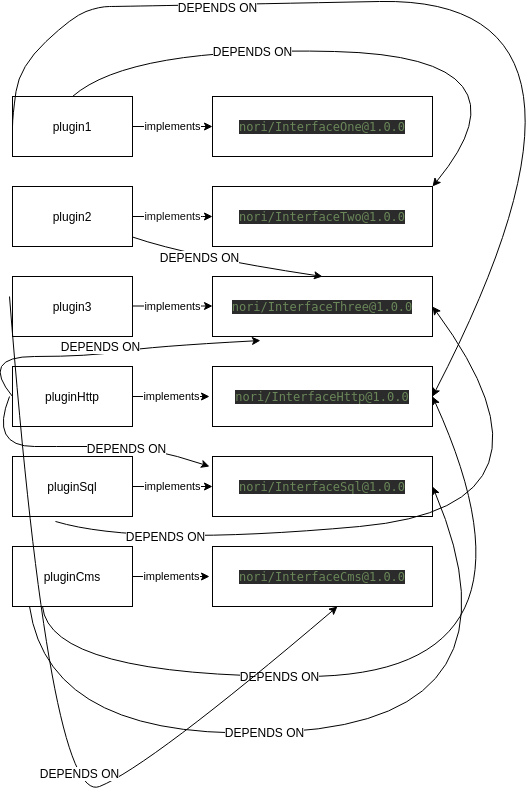
Earlier version of the draw.io export internal/dependency/schemes/TestDependencyGraph_SortWithRing3.png (secure2work/nori). Source tidied: cells renumbered, new cells last; positions are measured from the earlier drawing's top-left corner, leaving out a move shared by most shapes.
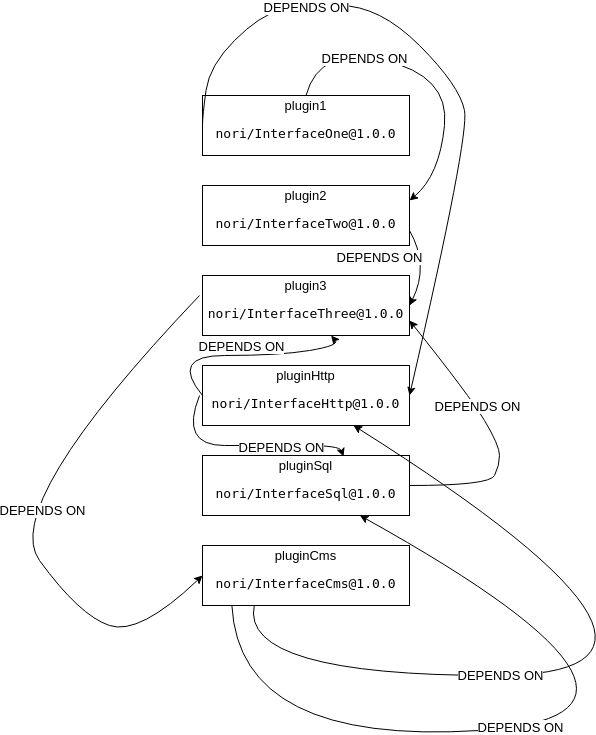
The same diagram one commit later.

Change to the diagram source:
```diff
@@ -2,104 +2,55 @@
   <root>
     <mxCell id="0" />
     <mxCell id="1" parent="0" />
-    <mxCell id="2" value="plugin1" style="rounded=0;whiteSpace=wrap;html=1;" parent="1" vertex="1">
-      <mxGeometry x="33" y="100" width="120" height="60" as="geometry" />
+    <mxCell id="2" value="plugin1&lt;br style=&quot;font-size: 13px;&quot;&gt;&lt;pre style=&quot;font-size: 13px; font-family: &amp;quot;dejavu sans mono&amp;quot;;&quot;&gt;&lt;span style=&quot;font-size: 13px;&quot;&gt;nori/InterfaceOne@1.0.0&lt;/span&gt;&lt;/pre&gt;" style="rounded=0;whiteSpace=wrap;html=1;fontColor=#000000;labelBackgroundColor=#ffffff;fontSize=13;" parent="1" vertex="1">
+      <mxGeometry x="33" y="100" width="207" height="60" as="geometry" />
     </mxCell>
-    <mxCell id="3" value="plugin2" style="rounded=0;whiteSpace=wrap;html=1;" parent="1" vertex="1">
-      <mxGeometry x="33" y="190" width="120" height="60" as="geometry" />
+    <mxCell id="3" value="plugin2&lt;br style=&quot;font-size: 13px;&quot;&gt;&lt;pre style=&quot;font-size: 13px; font-family: &amp;quot;dejavu sans mono&amp;quot;;&quot;&gt;&lt;span style=&quot;font-size: 13px;&quot;&gt;nori/InterfaceTwo@1.0.0&lt;/span&gt;&lt;/pre&gt;" style="rounded=0;whiteSpace=wrap;html=1;fontColor=#000000;labelBackgroundColor=#ffffff;fontSize=13;" parent="1" vertex="1">
+      <mxGeometry x="33" y="190" width="207" height="60" as="geometry" />
     </mxCell>
-    <mxCell id="4" value="plugin3" style="rounded=0;whiteSpace=wrap;html=1;" parent="1" vertex="1">
-      <mxGeometry x="33" y="280" width="120" height="60" as="geometry" />
+    <mxCell id="4" value="plugin3&lt;br style=&quot;font-size: 13px;&quot;&gt;&lt;pre style=&quot;font-size: 13px; font-family: &amp;quot;dejavu sans mono&amp;quot;;&quot;&gt;&lt;span style=&quot;font-size: 13px;&quot;&gt;nori/InterfaceThree@1.0.0&lt;/span&gt;&lt;/pre&gt;" style="rounded=0;whiteSpace=wrap;html=1;fontColor=#000000;labelBackgroundColor=#ffffff;fontSize=13;" parent="1" vertex="1">
+      <mxGeometry x="33" y="280" width="207" height="60" as="geometry" />
     </mxCell>
-    <mxCell id="5" value="pluginHttp" style="rounded=0;whiteSpace=wrap;html=1;" parent="1" vertex="1">
-      <mxGeometry x="33" y="370" width="120" height="60" as="geometry" />
+    <mxCell id="5" value="pluginHttp&lt;br style=&quot;font-size: 13px;&quot;&gt;&lt;pre style=&quot;font-size: 13px; font-family: &amp;quot;dejavu sans mono&amp;quot;;&quot;&gt;&lt;span style=&quot;font-size: 13px;&quot;&gt;nori/InterfaceHttp@1.0.0&lt;/span&gt;&lt;/pre&gt;" style="rounded=0;whiteSpace=wrap;html=1;fontColor=#000000;labelBackgroundColor=#ffffff;fontSize=13;" parent="1" vertex="1">
+      <mxGeometry x="33" y="370" width="207" height="60" as="geometry" />
     </mxCell>
-    <mxCell id="6" value="implements" style="endArrow=classic;html=1;exitX=1;exitY=0.5;exitDx=0;exitDy=0;" parent="1" edge="1" source="5">
-      <mxGeometry relative="1" as="geometry">
-        <mxPoint x="230" y="400" as="targetPoint" />
-      </mxGeometry>
-    </mxCell>
-    <mxCell id="7" value="&lt;pre style=&quot;background-color: rgb(43 , 43 , 43) ; font-family: &amp;#34;dejavu sans mono&amp;#34; ; font-size: 9pt&quot;&gt;&lt;pre style=&quot;color: rgb(169 , 183 , 198) ; font-family: &amp;#34;dejavu sans mono&amp;#34; ; font-size: 9pt&quot;&gt;&lt;pre style=&quot;font-family: &amp;#34;dejavu sans mono&amp;#34; ; font-size: 9pt&quot;&gt;&lt;span style=&quot;color: #6a8759&quot;&gt;nori/InterfaceOne@1.0.0&lt;/span&gt;&lt;/pre&gt;&lt;/pre&gt;&lt;/pre&gt;" style="rounded=0;html=1;fontColor=#FFFFFF;whiteSpace=wrap;" parent="1" vertex="1">
-      <mxGeometry x="233" y="100" width="220" height="60" as="geometry" />
-    </mxCell>
-    <mxCell id="8" value="implements" style="endArrow=classic;html=1;exitX=1;exitY=0.5;exitDx=0;exitDy=0;entryX=0;entryY=0.5;entryDx=0;entryDy=0;" parent="1" edge="1" source="2" target="7">
-      <mxGeometry relative="1" as="geometry" />
-    </mxCell>
-    <mxCell id="9" value="Text" style="text;html=1;align=center;verticalAlign=middle;fontColor=#FFFFFF;" parent="1" vertex="1">
-      <mxGeometry x="266" y="230" width="40" height="20" as="geometry" />
-    </mxCell>
-    <mxCell id="10" value="&lt;pre style=&quot;background-color: rgb(43 , 43 , 43) ; font-family: &amp;#34;dejavu sans mono&amp;#34; ; font-size: 9pt&quot;&gt;&lt;pre style=&quot;color: rgb(169 , 183 , 198) ; font-family: &amp;#34;dejavu sans mono&amp;#34; ; font-size: 9pt&quot;&gt;&lt;pre style=&quot;font-family: &amp;#34;dejavu sans mono&amp;#34; ; font-size: 9pt&quot;&gt;&lt;span style=&quot;color: #6a8759&quot;&gt;nori/InterfaceTwo@1.0.0&lt;/span&gt;&lt;/pre&gt;&lt;/pre&gt;&lt;/pre&gt;" style="rounded=0;html=1;fontColor=#FFFFFF;whiteSpace=wrap;" parent="1" vertex="1">
-      <mxGeometry x="233" y="190" width="220" height="60" as="geometry" />
-    </mxCell>
-    <mxCell id="11" value="&lt;pre style=&quot;background-color: rgb(43 , 43 , 43) ; font-family: &amp;#34;dejavu sans mono&amp;#34; ; font-size: 9pt&quot;&gt;&lt;pre style=&quot;color: rgb(169 , 183 , 198) ; font-family: &amp;#34;dejavu sans mono&amp;#34; ; font-size: 9pt&quot;&gt;&lt;pre style=&quot;font-family: &amp;#34;dejavu sans mono&amp;#34; ; font-size: 9pt&quot;&gt;&lt;span style=&quot;color: #6a8759&quot;&gt;nori/InterfaceThree@1.0.0&lt;/span&gt;&lt;/pre&gt;&lt;/pre&gt;&lt;/pre&gt;" style="rounded=0;html=1;fontColor=#FFFFFF;whiteSpace=wrap;" parent="1" vertex="1">
-      <mxGeometry x="233" y="280" width="220" height="60" as="geometry" />
-    </mxCell>
-    <mxCell id="12" value="&lt;pre style=&quot;background-color: rgb(43 , 43 , 43) ; font-family: &amp;#34;dejavu sans mono&amp;#34; ; font-size: 9pt&quot;&gt;&lt;pre style=&quot;color: rgb(169 , 183 , 198) ; font-family: &amp;#34;dejavu sans mono&amp;#34; ; font-size: 9pt&quot;&gt;&lt;pre style=&quot;font-family: &amp;#34;dejavu sans mono&amp;#34; ; font-size: 9pt&quot;&gt;&lt;span style=&quot;color: #6a8759&quot;&gt;nori/InterfaceHttp@1.0.0&lt;/span&gt;&lt;/pre&gt;&lt;/pre&gt;&lt;/pre&gt;" style="rounded=0;html=1;fontColor=#FFFFFF;whiteSpace=wrap;" parent="1" vertex="1">
-      <mxGeometry x="233" y="370" width="220" height="60" as="geometry" />
-    </mxCell>
-    <mxCell id="13" value="implements" style="endArrow=classic;html=1;fontColor=#0F0F0F;exitX=1;exitY=0.5;exitDx=0;exitDy=0;entryX=0;entryY=0.5;entryDx=0;entryDy=0;" parent="1" edge="1" source="3" target="10">
-      <mxGeometry relative="1" as="geometry">
-        <Array as="points">
-          <mxPoint x="233" y="220" />
-        </Array>
-      </mxGeometry>
-    </mxCell>
-    <mxCell id="14" value="implements" style="endArrow=classic;html=1;fontColor=#000000;exitX=1;exitY=0.5;exitDx=0;exitDy=0;entryX=0;entryY=0.5;entryDx=0;entryDy=0;" parent="1" edge="1">
-      <mxGeometry relative="1" as="geometry">
-        <mxPoint x="153" y="309.5" as="sourcePoint" />
-        <mxPoint x="233" y="309.5" as="targetPoint" />
-        <Array as="points">
-          <mxPoint x="233" y="309.5" />
-        </Array>
-      </mxGeometry>
-    </mxCell>
-    <mxCell id="15" value="pluginSql" style="rounded=0;whiteSpace=wrap;html=1;" parent="1" vertex="1">
-      <mxGeometry x="33" y="460" width="120" height="60" as="geometry" />
+    <mxCell id="15" value="pluginSql&lt;br style=&quot;font-size: 13px;&quot;&gt;&lt;pre style=&quot;font-size: 13px; font-family: &amp;quot;dejavu sans mono&amp;quot;;&quot;&gt;&lt;span style=&quot;font-size: 13px;&quot;&gt;nori/InterfaceSql@1.0.0&lt;/span&gt;&lt;/pre&gt;" style="rounded=0;whiteSpace=wrap;html=1;fontColor=#000000;labelBackgroundColor=#ffffff;fontSize=13;" parent="1" vertex="1">
+      <mxGeometry x="33" y="460" width="207" height="60" as="geometry" />
     </mxCell>
-    <mxCell id="16" value="implements" style="endArrow=classic;html=1;exitX=1;exitY=0.5;exitDx=0;exitDy=0;entryX=0;entryY=0.5;entryDx=0;entryDy=0;" parent="1" edge="1" source="15" target="17">
-      <mxGeometry relative="1" as="geometry" />
-    </mxCell>
-    <mxCell id="17" value="&lt;pre style=&quot;background-color: rgb(43 , 43 , 43) ; font-family: &amp;#34;dejavu sans mono&amp;#34; ; font-size: 9pt&quot;&gt;&lt;pre style=&quot;color: rgb(169 , 183 , 198) ; font-family: &amp;#34;dejavu sans mono&amp;#34; ; font-size: 9pt&quot;&gt;&lt;pre style=&quot;font-family: &amp;#34;dejavu sans mono&amp;#34; ; font-size: 9pt&quot;&gt;&lt;span style=&quot;color: #6a8759&quot;&gt;nori/InterfaceSql@1.0.0&lt;/span&gt;&lt;/pre&gt;&lt;/pre&gt;&lt;/pre&gt;" style="rounded=0;html=1;fontColor=#FFFFFF;whiteSpace=wrap;" parent="1" vertex="1">
-      <mxGeometry x="233" y="460" width="220" height="60" as="geometry" />
-    </mxCell>
-    <mxCell id="18" value="pluginCms" style="rounded=0;whiteSpace=wrap;html=1;" parent="1" vertex="1">
-      <mxGeometry x="33" y="550" width="120" height="60" as="geometry" />
+    <mxCell id="18" value="pluginCms&lt;br style=&quot;font-size: 13px;&quot;&gt;&lt;pre style=&quot;font-size: 13px; font-family: &amp;quot;dejavu sans mono&amp;quot;;&quot;&gt;&lt;span style=&quot;font-size: 13px;&quot;&gt;nori/InterfaceCms@1.0.0&lt;/span&gt;&lt;/pre&gt;" style="rounded=0;whiteSpace=wrap;html=1;fontColor=#000000;labelBackgroundColor=#ffffff;fontSize=13;" parent="1" vertex="1">
+      <mxGeometry x="33" y="550" width="207" height="60" as="geometry" />
     </mxCell>
-    <mxCell id="19" value="implements" style="endArrow=classic;html=1;exitX=1;exitY=0.5;exitDx=0;exitDy=0;" parent="1" edge="1" source="18">
-      <mxGeometry relative="1" as="geometry">
-        <mxPoint x="230" y="580" as="targetPoint" />
-      </mxGeometry>
-    </mxCell>
-    <mxCell id="20" value="&lt;pre style=&quot;background-color: rgb(43 , 43 , 43) ; font-family: &amp;#34;dejavu sans mono&amp;#34; ; font-size: 9pt&quot;&gt;&lt;pre style=&quot;color: rgb(169 , 183 , 198) ; font-family: &amp;#34;dejavu sans mono&amp;#34; ; font-size: 9pt&quot;&gt;&lt;pre style=&quot;font-family: &amp;#34;dejavu sans mono&amp;#34; ; font-size: 9pt&quot;&gt;&lt;span style=&quot;color: #6a8759&quot;&gt;nori/InterfaceCms@1.0.0&lt;/span&gt;&lt;/pre&gt;&lt;/pre&gt;&lt;/pre&gt;" style="rounded=0;html=1;fontColor=#FFFFFF;whiteSpace=wrap;" parent="1" vertex="1">
-      <mxGeometry x="233" y="550" width="220" height="60" as="geometry" />
-    </mxCell>
-    <mxCell id="21" style="curved=1;endArrow=classic;html=1;exitX=0.5;exitY=0;exitDx=0;exitDy=0;entryX=1;entryY=0;entryDx=0;entryDy=0;" parent="1" edge="1" source="2" target="10">
+    <mxCell id="21" style="curved=1;endArrow=classic;html=1;exitX=0.5;exitY=0;exitDx=0;exitDy=0;fontColor=#000000;labelBackgroundColor=#ffffff;fontSize=13;entryX=1;entryY=0.25;entryDx=0;entryDy=0;" parent="1" edge="1" source="2" target="3">
       <mxGeometry relative="1" as="geometry">
         <Array as="points">
           <mxPoint x="150" y="50" />
-          <mxPoint x="560" y="60" />
+          <mxPoint x="280" y="80" />
+          <mxPoint x="270" y="180" />
         </Array>
       </mxGeometry>
     </mxCell>
-    <mxCell id="22" value="DEPENDS ON" style="text;html=1;align=center;verticalAlign=middle;labelBackgroundColor=#ffffff;" parent="21" vertex="1">
+    <mxCell id="22" value="DEPENDS ON" style="text;html=1;align=center;verticalAlign=middle;labelBackgroundColor=#ffffff;fontColor=#000000;fontSize=13;" parent="21" vertex="1">
       <mxGeometry x="-0.4" y="-2" relative="1" as="geometry" />
     </mxCell>
-    <mxCell id="23" style="curved=1;endArrow=classic;html=1;exitX=0;exitY=0.5;exitDx=0;exitDy=0;entryX=1;entryY=0.5;entryDx=0;entryDy=0;" parent="1" edge="1" source="2" target="12">
+    <mxCell id="23" style="curved=1;endArrow=classic;html=1;exitX=0;exitY=0.5;exitDx=0;exitDy=0;entryX=1;entryY=0.5;entryDx=0;entryDy=0;fontColor=#000000;labelBackgroundColor=#ffffff;fontSize=13;" parent="1" edge="1" source="2" target="5">
       <mxGeometry relative="1" as="geometry">
         <Array as="points">
           <mxPoint x="33" y="120" />
           <mxPoint x="40" y="70" />
-          <mxPoint x="93" y="20" />
-          <mxPoint x="120" y="10" />
-          <mxPoint x="140" y="10" />
-          <mxPoint x="660" />
+          <mxPoint x="90" y="20" />
+          <mxPoint x="130" y="10" />
+          <mxPoint x="210" y="10" />
+          <mxPoint x="290" y="90" />
+          <mxPoint x="300" y="140" />
         </Array>
       </mxGeometry>
     </mxCell>
-    <mxCell id="24" value="DEPENDS ON" style="text;html=1;align=center;verticalAlign=middle;labelBackgroundColor=#ffffff;" parent="23" vertex="1">
-      <mxGeometry x="-0.51" y="-2" relative="1" as="geometry" />
+    <mxCell id="24" value="DEPENDS ON" style="text;html=1;align=center;verticalAlign=middle;labelBackgroundColor=#ffffff;fontColor=#000000;fontSize=13;" parent="23" vertex="1">
+      <mxGeometry x="-0.51" y="-2" relative="1" as="geometry">
+        <mxPoint x="12.6" y="-2" as="offset" />
+      </mxGeometry>
     </mxCell>
-    <mxCell id="25" style="curved=1;endArrow=classic;html=1;exitX=0;exitY=0.5;exitDx=0;exitDy=0;entryX=0.218;entryY=1.067;entryDx=0;entryDy=0;entryPerimeter=0;" parent="1" edge="1" source="5" target="11">
+    <mxCell id="25" style="curved=1;endArrow=classic;html=1;exitX=0;exitY=0.5;exitDx=0;exitDy=0;fontColor=#000000;labelBackgroundColor=#ffffff;fontSize=13;" parent="1" edge="1" source="5" target="4">
       <mxGeometry relative="1" as="geometry">
         <Array as="points">
           <mxPoint y="360" />
@@ -108,15 +59,14 @@
         </Array>
       </mxGeometry>
     </mxCell>
-    <mxCell id="26" value="DEPENDS ON" style="text;html=1;align=center;verticalAlign=middle;labelBackgroundColor=#ffffff;" parent="25" vertex="1">
+    <mxCell id="26" value="DEPENDS ON" style="text;html=1;align=center;verticalAlign=middle;labelBackgroundColor=#ffffff;fontColor=#000000;fontSize=13;" parent="25" vertex="1">
       <mxGeometry x="-0.01" y="-2" relative="1" as="geometry">
         <mxPoint x="6.6" y="-11.5" as="offset" />
       </mxGeometry>
     </mxCell>
-    <mxCell id="27" style="curved=1;endArrow=classic;html=1;" parent="1" edge="1">
+    <mxCell id="27" style="curved=1;endArrow=classic;html=1;entryX=0.681;entryY=0.017;entryDx=0;entryDy=0;fontColor=#000000;labelBackgroundColor=#ffffff;fontSize=13;entryPerimeter=0;" parent="1" edge="1" target="15">
       <mxGeometry relative="1" as="geometry">
         <mxPoint x="30" y="400" as="sourcePoint" />
-        <mxPoint x="230" y="470" as="targetPoint" />
         <Array as="points">
           <mxPoint x="10" y="450" />
           <mxPoint x="100" y="450" />
@@ -124,31 +74,37 @@
         </Array>
       </mxGeometry>
     </mxCell>
-    <mxCell id="28" value="DEPENDS ON" style="text;html=1;align=center;verticalAlign=middle;labelBackgroundColor=#ffffff;" parent="27" vertex="1">
+    <mxCell id="28" value="DEPENDS ON" style="text;html=1;align=center;verticalAlign=middle;labelBackgroundColor=#ffffff;fontColor=#000000;fontSize=13;" parent="27" vertex="1">
       <mxGeometry x="0.37" y="-1" relative="1" as="geometry" />
     </mxCell>
-    <mxCell id="29" style="curved=1;endArrow=classic;html=1;entryX=0.5;entryY=0;entryDx=0;entryDy=0;" parent="1" edge="1" source="3" target="11">
+    <mxCell id="29" style="curved=1;endArrow=classic;html=1;entryX=1;entryY=0.5;entryDx=0;entryDy=0;fontColor=#000000;labelBackgroundColor=#ffffff;fontSize=13;exitX=1;exitY=0.75;exitDx=0;exitDy=0;" parent="1" edge="1" source="3" target="4">
       <mxGeometry relative="1" as="geometry">
         <Array as="points">
-          <mxPoint x="210" y="260" />
+          <mxPoint x="260" y="270" />
         </Array>
       </mxGeometry>
     </mxCell>
-    <mxCell id="30" value="DEPENDS ON" style="text;html=1;align=center;verticalAlign=middle;labelBackgroundColor=#ffffff;" parent="29" vertex="1">
-      <mxGeometry x="-0.28" y="1" relative="1" as="geometry" />
+    <mxCell id="30" value="DEPENDS ON" style="text;html=1;align=center;verticalAlign=middle;labelBackgroundColor=#ffffff;fontColor=#000000;fontSize=13;" parent="29" vertex="1">
+      <mxGeometry x="-0.28" y="1" relative="1" as="geometry">
+        <mxPoint x="-46.2" as="offset" />
+      </mxGeometry>
     </mxCell>
-    <mxCell id="31" style="curved=1;endArrow=classic;html=1;exitX=0.358;exitY=1.083;exitDx=0;exitDy=0;exitPerimeter=0;entryX=1;entryY=0.5;entryDx=0;entryDy=0;" parent="1" edge="1" source="15" target="11">
+    <mxCell id="31" style="curved=1;endArrow=classic;html=1;exitX=1;exitY=0.5;exitDx=0;exitDy=0;entryX=1;entryY=0.75;entryDx=0;entryDy=0;fontColor=#000000;labelBackgroundColor=#ffffff;fontSize=13;" parent="1" edge="1" source="15" target="4">
       <mxGeometry relative="1" as="geometry">
         <Array as="points">
-          <mxPoint x="160" y="550" />
-          <mxPoint x="600" y="510" />
+          <mxPoint x="320" y="490" />
+          <mxPoint x="330" y="470" />
+          <mxPoint x="330" y="450" />
+          <mxPoint x="300" y="400" />
         </Array>
       </mxGeometry>
     </mxCell>
-    <mxCell id="32" value="DEPENDS ON" style="text;html=1;align=center;verticalAlign=middle;labelBackgroundColor=#ffffff;" parent="31" vertex="1">
-      <mxGeometry x="-0.71" y="8" relative="1" as="geometry" />
+    <mxCell id="32" value="DEPENDS ON" style="text;html=1;align=center;verticalAlign=middle;labelBackgroundColor=#ffffff;fontColor=#000000;fontSize=13;" parent="31" vertex="1">
+      <mxGeometry x="-0.71" y="8" relative="1" as="geometry">
+        <mxPoint x="27" y="-72" as="offset" />
+      </mxGeometry>
     </mxCell>
-    <mxCell id="33" style="curved=1;endArrow=classic;html=1;exitX=0.25;exitY=1;exitDx=0;exitDy=0;entryX=1;entryY=0.5;entryDx=0;entryDy=0;" parent="1" edge="1" source="18" target="12">
+    <mxCell id="33" style="curved=1;endArrow=classic;html=1;exitX=0.25;exitY=1;exitDx=0;exitDy=0;fontColor=#000000;labelBackgroundColor=#ffffff;fontSize=13;" parent="1" edge="1" source="18" target="5">
       <mxGeometry relative="1" as="geometry">
         <Array as="points">
           <mxPoint x="70" y="680" />
@@ -156,10 +112,12 @@
         </Array>
       </mxGeometry>
     </mxCell>
-    <mxCell id="34" value="DEPENDS ON" style="text;html=1;align=center;verticalAlign=middle;labelBackgroundColor=#ffffff;" parent="33" vertex="1">
-      <mxGeometry x="-0.32" y="1" relative="1" as="geometry" />
+    <mxCell id="34" value="DEPENDS ON" style="text;html=1;align=center;verticalAlign=middle;labelBackgroundColor=#ffffff;fontColor=#000000;fontSize=13;" parent="33" vertex="1">
+      <mxGeometry x="-0.32" y="1" relative="1" as="geometry">
+        <mxPoint x="-23.5" as="offset" />
+      </mxGeometry>
     </mxCell>
-    <mxCell id="35" style="curved=1;endArrow=classic;html=1;exitX=0.142;exitY=1;exitDx=0;exitDy=0;exitPerimeter=0;entryX=1;entryY=0.5;entryDx=0;entryDy=0;" parent="1" edge="1" source="18" target="17">
+    <mxCell id="35" style="curved=1;endArrow=classic;html=1;exitX=0.142;exitY=1;exitDx=0;exitDy=0;exitPerimeter=0;fontColor=#000000;labelBackgroundColor=#ffffff;fontSize=13;" parent="1" edge="1" source="18" target="15">
       <mxGeometry relative="1" as="geometry">
         <Array as="points">
           <mxPoint x="70" y="750" />
@@ -167,19 +125,20 @@
         </Array>
       </mxGeometry>
     </mxCell>
-    <mxCell id="36" value="DEPENDS ON" style="text;html=1;align=center;verticalAlign=middle;labelBackgroundColor=#ffffff;" parent="35" vertex="1">
+    <mxCell id="36" value="DEPENDS ON" style="text;html=1;align=center;verticalAlign=middle;labelBackgroundColor=#ffffff;fontColor=#000000;fontSize=13;" parent="35" vertex="1">
       <mxGeometry x="-0.18" y="1" relative="1" as="geometry" />
     </mxCell>
-    <mxCell id="37" style="curved=1;endArrow=classic;html=1;entryX=0.568;entryY=1;entryDx=0;entryDy=0;entryPerimeter=0;" parent="1" edge="1" target="20">
+    <mxCell id="37" style="curved=1;endArrow=classic;html=1;entryX=0;entryY=0.5;entryDx=0;entryDy=0;fontColor=#000000;labelBackgroundColor=#ffffff;fontSize=13;" parent="1" edge="1" target="18">
       <mxGeometry relative="1" as="geometry">
         <mxPoint x="30" y="300" as="sourcePoint" />
         <Array as="points">
-          <mxPoint x="70" y="810" />
-          <mxPoint x="170" y="770" />
+          <mxPoint x="-170" y="510" />
+          <mxPoint x="-90" y="620" />
+          <mxPoint x="-30" y="640" />
         </Array>
       </mxGeometry>
     </mxCell>
-    <mxCell id="38" value="DEPENDS ON" style="text;html=1;align=center;verticalAlign=middle;labelBackgroundColor=#ffffff;" parent="37" vertex="1">
+    <mxCell id="38" value="DEPENDS ON" style="text;html=1;align=center;verticalAlign=middle;labelBackgroundColor=#ffffff;fontColor=#000000;fontSize=13;" parent="37" vertex="1">
       <mxGeometry x="0.11" y="32" relative="1" as="geometry" />
     </mxCell>
   </root>
```
